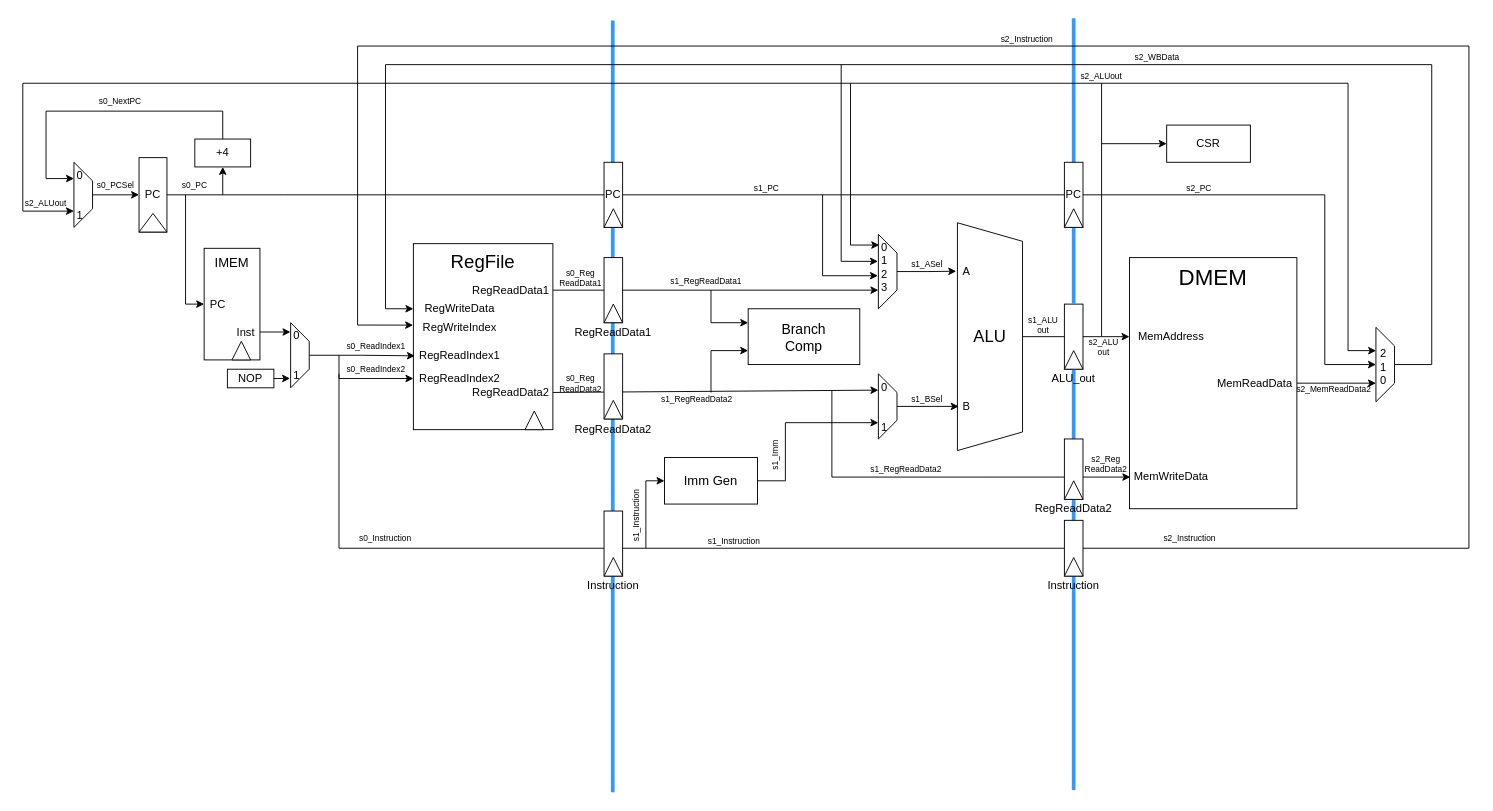
TerryTang0/eecs151-asic-project-sp26 keeps this draw.io diagram as pipeline_diagram.drawio. Above is the earlier version. Source tidied: cells renumbered, new cells numbered last; positions are measured from the earlier drawing's top-left corner, leaving out a move shared by most shapes. Both pictures are drawn from the tidied source at 93%, with x=0, y=0 at pixel (18, 18).
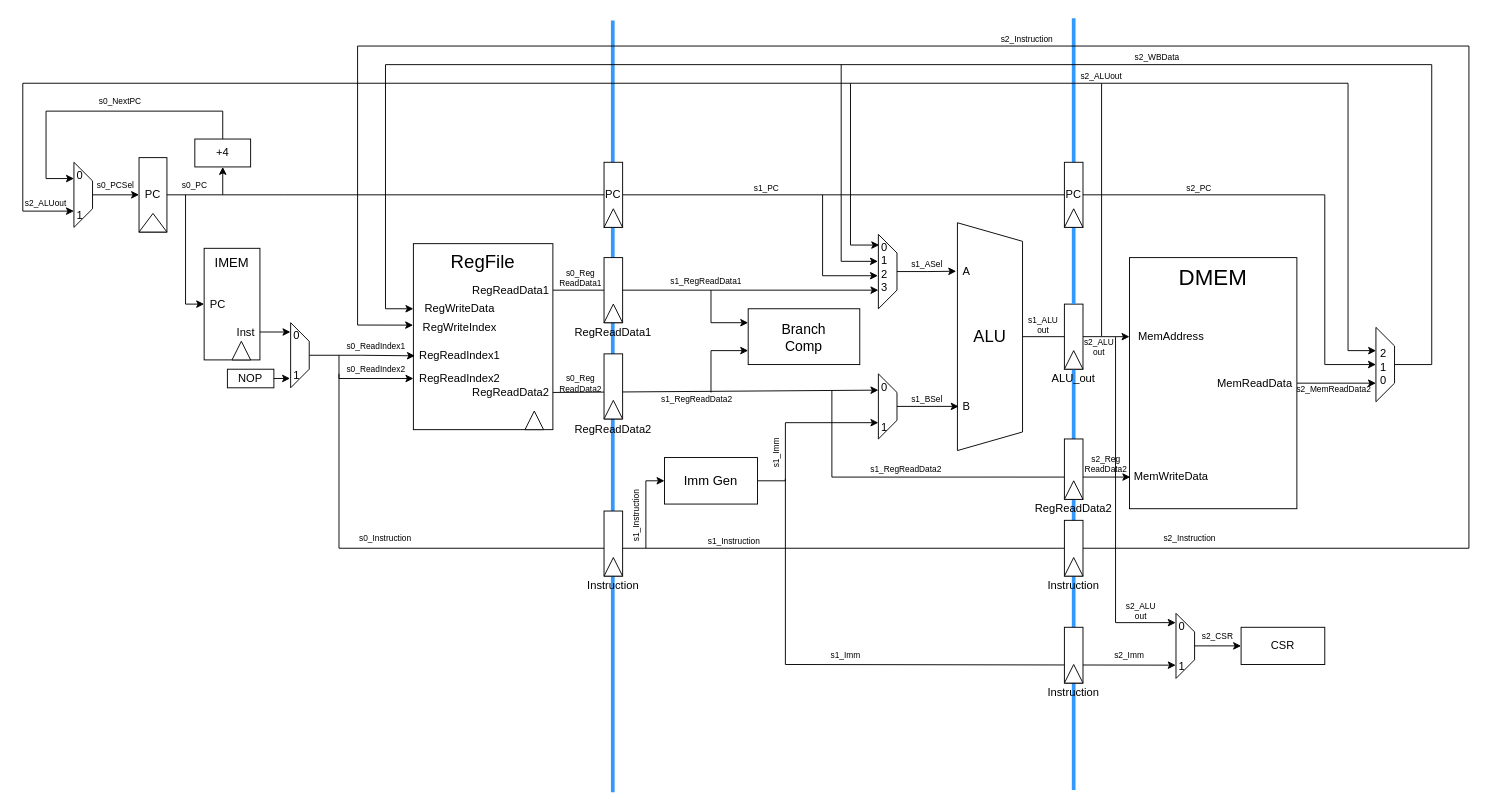
The same page after the edit.

Commit message:
Update the datapath for CSR. Added a control mux for CSR

Change to the diagram source:
```diff
@@
+    <mxCell id="117" style="endArrow=classic;html=1;rounded=0;entryX=0.796;entryY=1.015;entryDx=0;entryDy=0;entryPerimeter=0;" parent="1" edge="1" target="122">
+      <mxGeometry relative="1" as="geometry">
+        <mxPoint x="825" y="495" as="sourcePoint" />
+        <Array as="points">
+          <mxPoint x="825" y="695" />
+        </Array>
+      </mxGeometry>
+    </mxCell>
@@
     <mxCell id="75" value="s1_Imm" style="text;html=1;whiteSpace=wrap;strokeColor=none;fillColor=none;align=center;verticalAlign=middle;rounded=0;fontSize=9;rotation=270;" parent="1" vertex="1">
-      <mxGeometry x="785" y="460" width="60" height="20" as="geometry" />
+      <mxGeometry x="785" y="457.5" width="60" height="20" as="geometry" />
     </mxCell>
@@
     <mxCell id="101" value="s2_ALU&lt;div&gt;out&lt;/div&gt;" style="text;html=1;whiteSpace=wrap;strokeColor=none;fillColor=none;align=center;verticalAlign=middle;rounded=0;fontSize=9;" parent="1" vertex="1">
-      <mxGeometry x="1130" y="346" width="75" height="15" as="geometry" />
+      <mxGeometry x="1125" y="346" width="75" height="15" as="geometry" />
     </mxCell>
@@
     <mxCell id="115" value="CSR" style="rounded=0;whiteSpace=wrap;html=1;" parent="1" vertex="1">
-      <mxGeometry x="1235" y="115" width="90" height="40" as="geometry" />
+      <mxGeometry x="1315" y="655" width="90" height="40" as="geometry" />
     </mxCell>
-    <mxCell id="116" style="endArrow=classic;html=1;rounded=0;entryX=0;entryY=0.5;entryDx=0;entryDy=0;" parent="1" edge="1" target="115">
+    <mxCell id="116" style="endArrow=classic;html=1;rounded=0;" parent="1" edge="1">
       <mxGeometry relative="1" as="geometry">
-        <mxPoint x="1165" y="135" as="sourcePoint" />
+        <mxPoint x="1180" y="343" as="sourcePoint" />
+        <mxPoint x="1244.7" y="650" as="targetPoint" />
+        <Array as="points">
+          <mxPoint x="1180" y="650" />
+        </Array>
       </mxGeometry>
     </mxCell>
+    <mxCell id="118" value="s2_ALU&lt;div&gt;out&lt;/div&gt;" style="text;html=1;whiteSpace=wrap;strokeColor=none;fillColor=none;align=center;verticalAlign=middle;rounded=0;fontSize=9;" parent="1" vertex="1">
+      <mxGeometry x="1170" y="630" width="75" height="15" as="geometry" />
+    </mxCell>
+    <mxCell id="119" style="rounded=0;whiteSpace=wrap;html=1;rotation=90;horizontal=0;" parent="1" vertex="1">
+      <mxGeometry x="1105" y="675" width="60" height="20" as="geometry" />
+    </mxCell>
+    <mxCell id="120" style="triangle;whiteSpace=wrap;html=1;shapeInside=1;rotation=-90;" parent="1" vertex="1">
+      <mxGeometry x="1125" y="695" width="20" height="20" as="geometry" />
+    </mxCell>
+    <mxCell id="121" value="Instruction" style="text;html=1;whiteSpace=wrap;strokeColor=none;fillColor=none;align=center;verticalAlign=middle;rounded=0;" parent="1" vertex="1">
+      <mxGeometry x="1090" y="715" width="90" height="20" as="geometry" />
+    </mxCell>
+    <mxCell id="122" value="0&amp;nbsp;&amp;nbsp;&lt;br&gt;&lt;br&gt;&lt;br&gt;&lt;div&gt;1&amp;nbsp;&amp;nbsp;&lt;/div&gt;" style="shape=trapezoid;perimeter=trapezoidPerimeter;whiteSpace=wrap;html=1;shapeInside=1;fixedSize=1;rotation=90;direction=east;horizontal=0;verticalAlign=top;" parent="1" vertex="1">
+      <mxGeometry x="1220" y="665" width="70" height="20" as="geometry" />
+    </mxCell>
+    <mxCell id="123" style="endArrow=classic;html=1;rounded=0;exitX=0.5;exitY=0;exitDx=0;exitDy=0;entryX=0;entryY=0.5;entryDx=0;entryDy=0;" parent="1" edge="1" source="122" target="115">
+      <mxGeometry relative="1" as="geometry" />
+    </mxCell>
+    <mxCell id="124" value="s1_Imm" style="text;html=1;whiteSpace=wrap;strokeColor=none;fillColor=none;align=center;verticalAlign=middle;rounded=0;fontSize=9;rotation=0;" parent="1" vertex="1">
+      <mxGeometry x="860" y="675" width="60" height="20" as="geometry" />
+    </mxCell>
+    <mxCell id="125" value="s2_Imm" style="text;html=1;whiteSpace=wrap;strokeColor=none;fillColor=none;align=center;verticalAlign=middle;rounded=0;fontSize=9;rotation=0;" parent="1" vertex="1">
+      <mxGeometry x="1165" y="675" width="60" height="20" as="geometry" />
+    </mxCell>
+    <mxCell id="126" value="s2_CSR" style="text;html=1;whiteSpace=wrap;strokeColor=none;fillColor=none;align=center;verticalAlign=middle;rounded=0;fontSize=9;rotation=0;" parent="1" vertex="1">
+      <mxGeometry x="1260" y="655" width="60" height="20" as="geometry" />
+    </mxCell>
```
